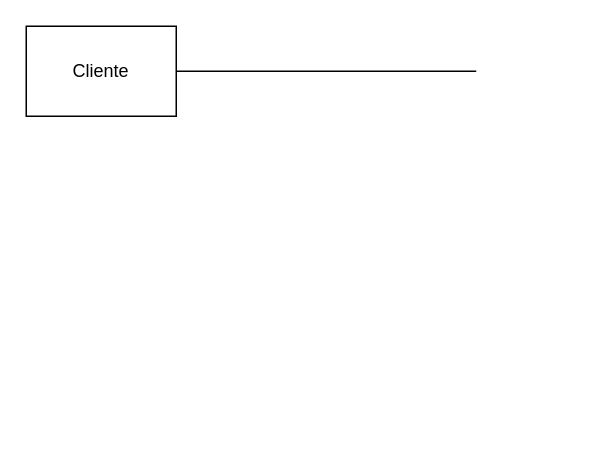
FXRivera/comp2052 keeps this draw.io diagram as Python/leccion1_ejercicio2/Diagrama sin título.drawio. Above is the earlier version. Source tidied: cells renumbered, new cells numbered last; positions are measured from the earlier drawing's top-left corner, leaving out a move shared by most shapes. Both pictures are drawn from the tidied source at 150%, with x=0, y=0 at pixel (26, 26).
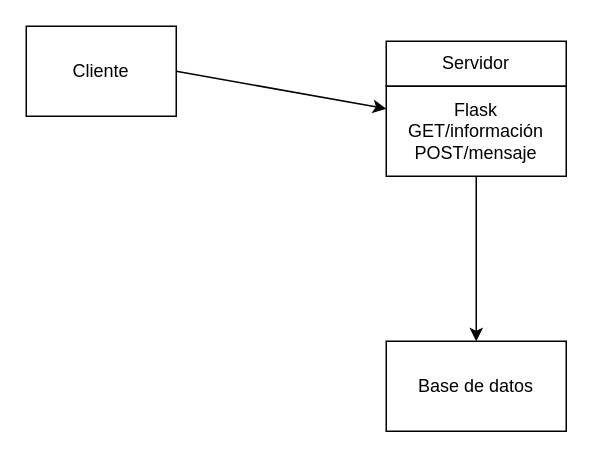
Above is the later version.

Change to the diagram source:
```diff
@@
 <mxGraphModel>
   <root>
     <mxCell id="0" />
     <mxCell id="1" parent="0" />
     <mxCell id="2" value="Cliente" style="rounded=0;whiteSpace=wrap;html=1;" parent="1" vertex="1">
       <mxGeometry width="100" height="60" as="geometry" />
     </mxCell>
-    <mxCell id="3" style="endArrow=none;html=1;rounded=0;exitX=1;exitY=0.5;exitDx=0;exitDy=0;" parent="1" edge="1" source="2">
-      <mxGeometry relative="1" as="geometry">
-        <mxPoint x="300" y="30" as="targetPoint" />
-      </mxGeometry>
-    </mxCell>
+    <mxCell id="4" value="Servidor" style="rounded=0;whiteSpace=wrap;html=1;" parent="1" vertex="1">
+      <mxGeometry x="240" y="10" width="120" height="30" as="geometry" />
+    </mxCell>
+    <mxCell id="5" value="Flask&lt;div&gt;GET/información&lt;/div&gt;&lt;div&gt;POST/mensaje&lt;/div&gt;" style="rounded=0;whiteSpace=wrap;html=1;" parent="1" vertex="1">
+      <mxGeometry x="240" y="40" width="120" height="60" as="geometry" />
+    </mxCell>
+    <mxCell id="6" style="endArrow=classic;html=1;rounded=0;exitX=1;exitY=0.5;exitDx=0;exitDy=0;entryX=0;entryY=0.25;entryDx=0;entryDy=0;" parent="1" edge="1" source="2" target="5">
+      <mxGeometry relative="1" as="geometry" />
+    </mxCell>
+    <mxCell id="7" style="endArrow=classic;html=1;rounded=0;exitX=0.5;exitY=1;exitDx=0;exitDy=0;" parent="1" edge="1" source="5">
+      <mxGeometry relative="1" as="geometry">
+        <mxPoint x="300" y="210" as="targetPoint" />
+      </mxGeometry>
+    </mxCell>
+    <mxCell id="8" value="Base de datos" style="rounded=0;whiteSpace=wrap;html=1;" parent="1" vertex="1">
+      <mxGeometry x="240" y="210" width="120" height="60" as="geometry" />
+    </mxCell>
   </root>
 </mxGraphModel>
```
